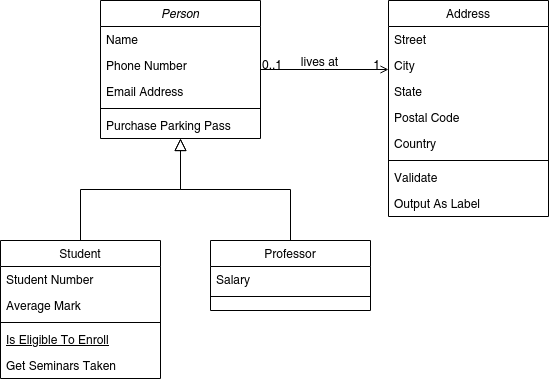
This is diagrama-clases-uber.png from percydev11/curso-poo, a draw.io export, as it was before one commit. Source tidied: cells renumbered, new cells last; positions are measured from the earlier drawing's top-left corner, leaving out a move shared by most shapes.
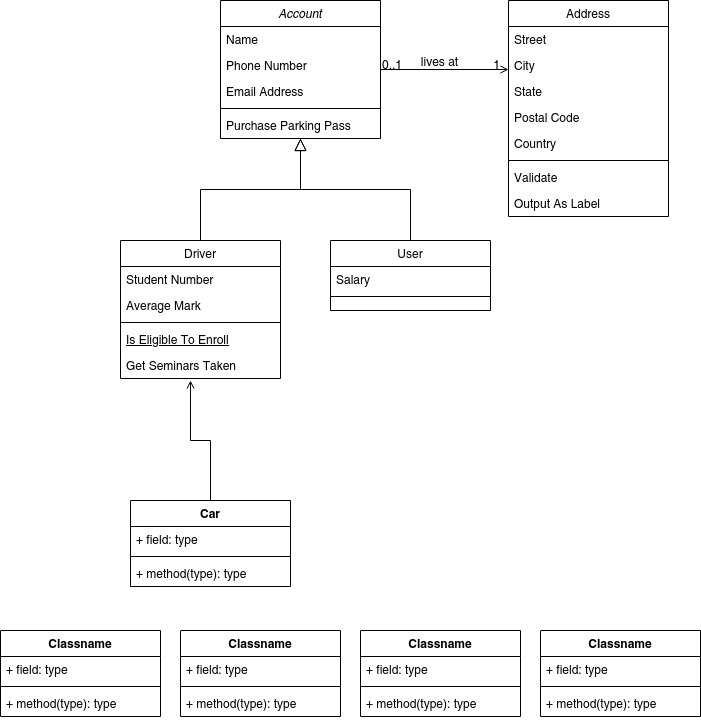
Later version of the same file.

Change to the diagram source:
```diff
@@ -2,7 +2,7 @@
   <root>
     <mxCell id="0" />
     <mxCell id="1" parent="0" />
-    <mxCell id="2" value="Person" style="swimlane;fontStyle=2;align=center;verticalAlign=top;horizontal=1;startSize=26;rounded=0;shadow=0;strokeWidth=1;" parent="1" vertex="1">
+    <mxCell id="2" value="Account " style="swimlane;fontStyle=2;align=center;verticalAlign=top;horizontal=1;startSize=26;rounded=0;shadow=0;strokeWidth=1;" parent="1" vertex="1">
       <mxGeometry x="100" width="160" height="138" as="geometry" />
     </mxCell>
     <mxCell id="3" value="Name" style="text;align=left;verticalAlign=top;spacingLeft=4;spacingRight=4;overflow=hidden;" parent="2" vertex="1">
@@ -20,7 +20,7 @@
     <mxCell id="7" value="Purchase Parking Pass" style="text;align=left;verticalAlign=top;spacingLeft=4;spacingRight=4;overflow=hidden;" parent="2" vertex="1">
       <mxGeometry y="112" width="160" height="26" as="geometry" />
     </mxCell>
-    <mxCell id="8" value="Student" style="swimlane;fontStyle=0;align=center;verticalAlign=top;horizontal=1;startSize=26;rounded=0;shadow=0;strokeWidth=1;" parent="1" vertex="1">
+    <mxCell id="8" value="Driver" style="swimlane;fontStyle=0;align=center;verticalAlign=top;horizontal=1;startSize=26;rounded=0;shadow=0;strokeWidth=1;" parent="1" vertex="1">
       <mxGeometry y="240" width="160" height="138" as="geometry" />
     </mxCell>
     <mxCell id="9" value="Student Number" style="text;align=left;verticalAlign=top;spacingLeft=4;spacingRight=4;overflow=hidden;" parent="8" vertex="1">
@@ -41,7 +41,7 @@
     <mxCell id="14" style="endArrow=block;endSize=10;endFill=0;shadow=0;strokeWidth=1;rounded=0;edgeStyle=elbowEdgeStyle;elbow=vertical;" parent="1" edge="1" source="8" target="2">
       <mxGeometry relative="1" as="geometry" />
     </mxCell>
-    <mxCell id="15" value="Professor" style="swimlane;fontStyle=0;align=center;verticalAlign=top;horizontal=1;startSize=26;rounded=0;shadow=0;strokeWidth=1;" parent="1" vertex="1">
+    <mxCell id="15" value="User" style="swimlane;fontStyle=0;align=center;verticalAlign=top;horizontal=1;startSize=26;rounded=0;shadow=0;strokeWidth=1;" parent="1" vertex="1">
       <mxGeometry x="210" y="240" width="160" height="70" as="geometry" />
     </mxCell>
     <mxCell id="16" value="Salary" style="text;align=left;verticalAlign=top;spacingLeft=4;spacingRight=4;overflow=hidden;" parent="15" vertex="1">
@@ -100,5 +100,70 @@
         <mxPoint x="-38" y="40" as="offset" />
       </mxGeometry>
     </mxCell>
+    <mxCell id="32" style="edgeStyle=orthogonalEdgeStyle;rounded=0;jettySize=auto;html=1;endArrow=open;endFill=0;" parent="1" edge="1" source="33">
+      <mxGeometry relative="1" as="geometry">
+        <mxPoint x="70" y="380" as="targetPoint" />
+      </mxGeometry>
+    </mxCell>
+    <mxCell id="33" value="Car" style="swimlane;fontStyle=1;align=center;verticalAlign=top;horizontal=1;startSize=26;" parent="1" vertex="1">
+      <mxGeometry x="10" y="500" width="160" height="86" as="geometry" />
+    </mxCell>
+    <mxCell id="34" value="+ field: type" style="text;strokeColor=none;fillColor=none;align=left;verticalAlign=top;spacingLeft=4;spacingRight=4;overflow=hidden;" parent="33" vertex="1">
+      <mxGeometry y="26" width="160" height="26" as="geometry" />
+    </mxCell>
+    <mxCell id="35" style="line;strokeWidth=1;fillColor=none;align=left;verticalAlign=middle;spacingTop=-1;spacingLeft=3;spacingRight=3;labelPosition=right;" parent="33" vertex="1">
+      <mxGeometry y="52" width="160" height="8" as="geometry" />
+    </mxCell>
+    <mxCell id="36" value="+ method(type): type" style="text;strokeColor=none;fillColor=none;align=left;verticalAlign=top;spacingLeft=4;spacingRight=4;overflow=hidden;" parent="33" vertex="1">
+      <mxGeometry y="60" width="160" height="26" as="geometry" />
+    </mxCell>
+    <mxCell id="37" value="Classname" style="swimlane;fontStyle=1;align=center;verticalAlign=top;horizontal=1;startSize=26;" parent="1" vertex="1">
+      <mxGeometry x="-120" y="630" width="160" height="86" as="geometry" />
+    </mxCell>
+    <mxCell id="38" value="+ field: type" style="text;strokeColor=none;fillColor=none;align=left;verticalAlign=top;spacingLeft=4;spacingRight=4;overflow=hidden;" parent="37" vertex="1">
+      <mxGeometry y="26" width="160" height="26" as="geometry" />
+    </mxCell>
+    <mxCell id="39" style="line;strokeWidth=1;fillColor=none;align=left;verticalAlign=middle;spacingTop=-1;spacingLeft=3;spacingRight=3;labelPosition=right;" parent="37" vertex="1">
+      <mxGeometry y="52" width="160" height="8" as="geometry" />
+    </mxCell>
+    <mxCell id="40" value="+ method(type): type" style="text;strokeColor=none;fillColor=none;align=left;verticalAlign=top;spacingLeft=4;spacingRight=4;overflow=hidden;" parent="37" vertex="1">
+      <mxGeometry y="60" width="160" height="26" as="geometry" />
+    </mxCell>
+    <mxCell id="41" value="Classname" style="swimlane;fontStyle=1;align=center;verticalAlign=top;horizontal=1;startSize=26;" parent="1" vertex="1">
+      <mxGeometry x="60" y="630" width="160" height="86" as="geometry" />
+    </mxCell>
+    <mxCell id="42" value="+ field: type" style="text;strokeColor=none;fillColor=none;align=left;verticalAlign=top;spacingLeft=4;spacingRight=4;overflow=hidden;" parent="41" vertex="1">
+      <mxGeometry y="26" width="160" height="26" as="geometry" />
+    </mxCell>
+    <mxCell id="43" style="line;strokeWidth=1;fillColor=none;align=left;verticalAlign=middle;spacingTop=-1;spacingLeft=3;spacingRight=3;labelPosition=right;" parent="41" vertex="1">
+      <mxGeometry y="52" width="160" height="8" as="geometry" />
+    </mxCell>
+    <mxCell id="44" value="+ method(type): type" style="text;strokeColor=none;fillColor=none;align=left;verticalAlign=top;spacingLeft=4;spacingRight=4;overflow=hidden;" parent="41" vertex="1">
+      <mxGeometry y="60" width="160" height="26" as="geometry" />
+    </mxCell>
+    <mxCell id="45" value="Classname" style="swimlane;fontStyle=1;align=center;verticalAlign=top;horizontal=1;startSize=26;" parent="1" vertex="1">
+      <mxGeometry x="240" y="630" width="160" height="86" as="geometry" />
+    </mxCell>
+    <mxCell id="46" value="+ field: type" style="text;strokeColor=none;fillColor=none;align=left;verticalAlign=top;spacingLeft=4;spacingRight=4;overflow=hidden;" parent="45" vertex="1">
+      <mxGeometry y="26" width="160" height="26" as="geometry" />
+    </mxCell>
+    <mxCell id="47" style="line;strokeWidth=1;fillColor=none;align=left;verticalAlign=middle;spacingTop=-1;spacingLeft=3;spacingRight=3;labelPosition=right;" parent="45" vertex="1">
+      <mxGeometry y="52" width="160" height="8" as="geometry" />
+    </mxCell>
+    <mxCell id="48" value="+ method(type): type" style="text;strokeColor=none;fillColor=none;align=left;verticalAlign=top;spacingLeft=4;spacingRight=4;overflow=hidden;" parent="45" vertex="1">
+      <mxGeometry y="60" width="160" height="26" as="geometry" />
+    </mxCell>
+    <mxCell id="49" value="Classname" style="swimlane;fontStyle=1;align=center;verticalAlign=top;horizontal=1;startSize=26;" parent="1" vertex="1">
+      <mxGeometry x="420" y="630" width="160" height="86" as="geometry" />
+    </mxCell>
+    <mxCell id="50" value="+ field: type" style="text;strokeColor=none;fillColor=none;align=left;verticalAlign=top;spacingLeft=4;spacingRight=4;overflow=hidden;" parent="49" vertex="1">
+      <mxGeometry y="26" width="160" height="26" as="geometry" />
+    </mxCell>
+    <mxCell id="51" style="line;strokeWidth=1;fillColor=none;align=left;verticalAlign=middle;spacingTop=-1;spacingLeft=3;spacingRight=3;labelPosition=right;" parent="49" vertex="1">
+      <mxGeometry y="52" width="160" height="8" as="geometry" />
+    </mxCell>
+    <mxCell id="52" value="+ method(type): type" style="text;strokeColor=none;fillColor=none;align=left;verticalAlign=top;spacingLeft=4;spacingRight=4;overflow=hidden;" parent="49" vertex="1">
+      <mxGeometry y="60" width="160" height="26" as="geometry" />
+    </mxCell>
   </root>
 </mxGraphModel>
```
